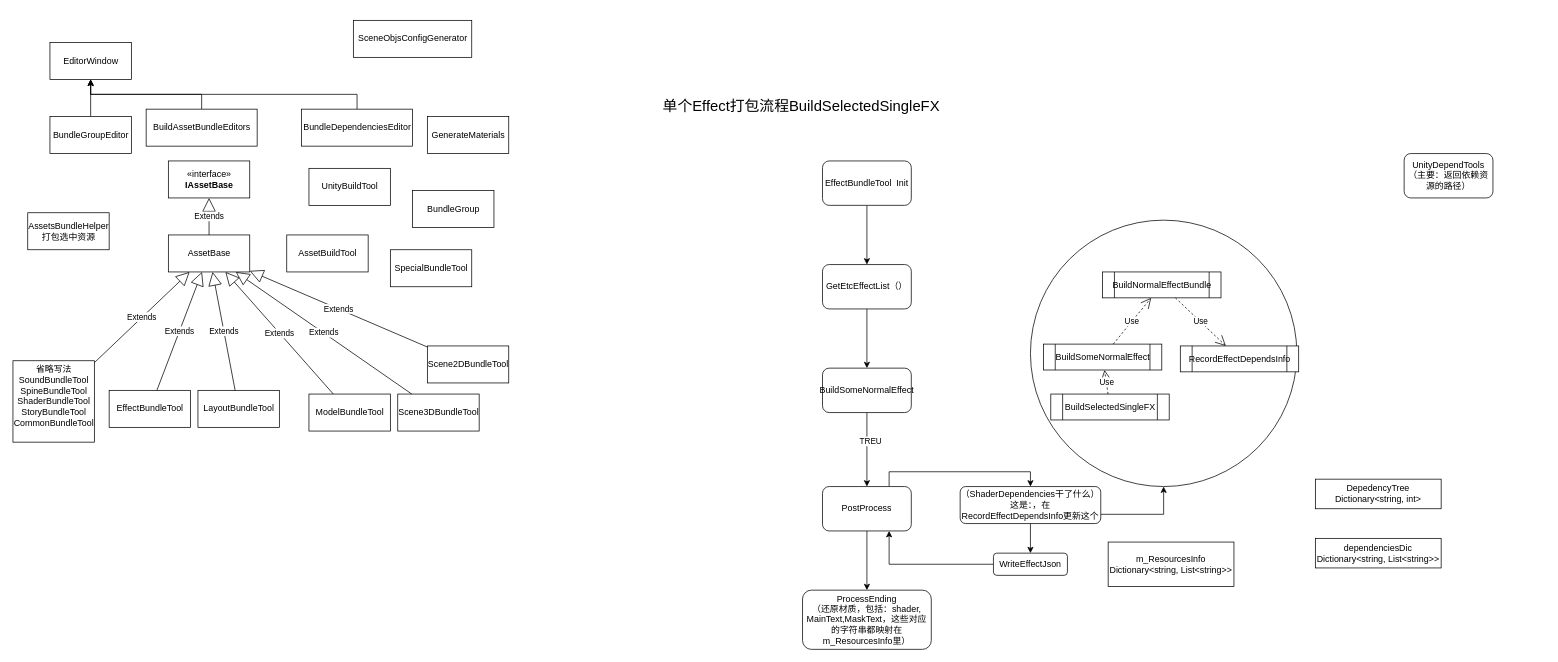
gatzai/DrawioStorage keeps this draw.io diagram as PackingModel.drawio. Above is the earlier version. Source tidied: cells renumbered, new cells numbered last; positions are measured from the earlier drawing's top-left corner, leaving out a move shared by most shapes. Both pictures are drawn from the tidied source at 74%, with x=0, y=0 at pixel (13, 20).
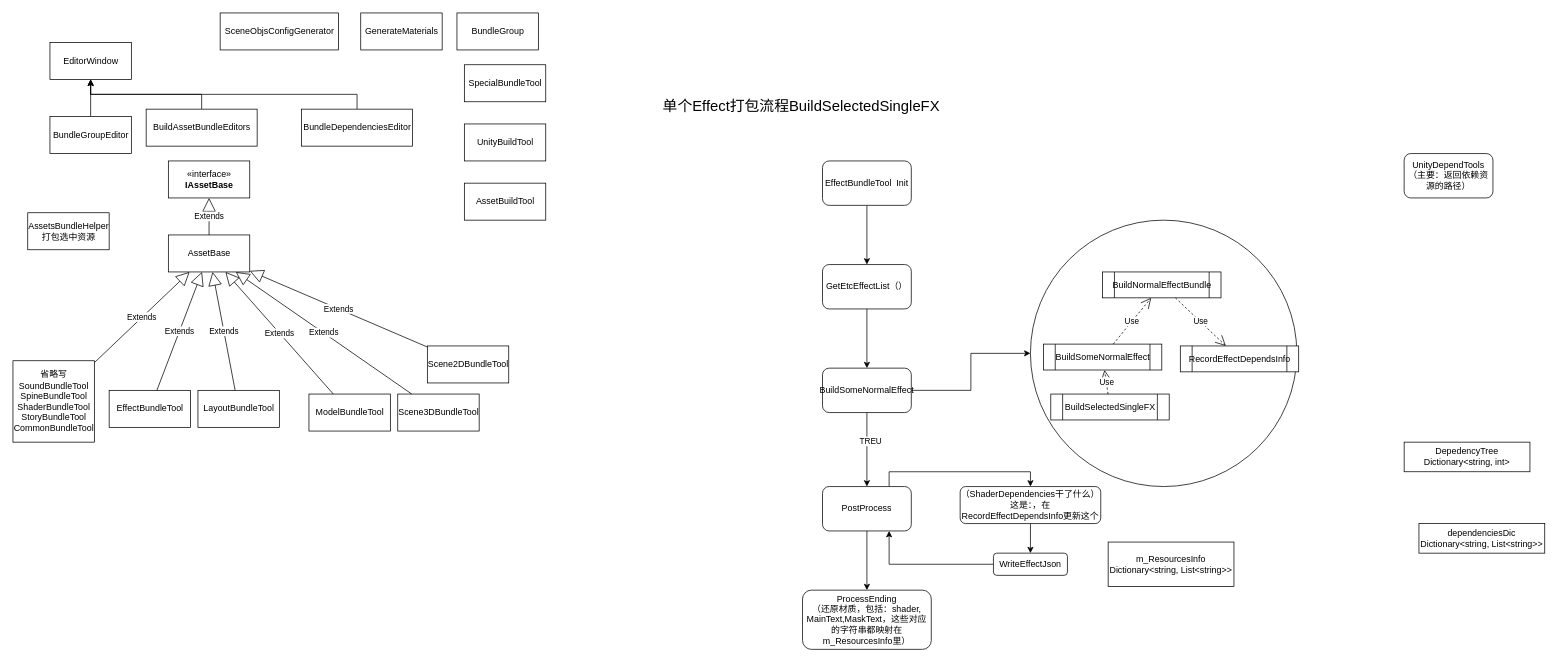
The same page after the edit.

Unchanged cells that the change refers to:
```xml
<mxCell id="2" style="ellipse;whiteSpace=wrap;html=1;" parent="1" vertex="1">
  <mxGeometry x="1375" y="270" width="360" height="360" as="geometry" />
</mxCell>
<mxCell id="9" value="BuildSomeNormalEffect" style="rounded=1;whiteSpace=wrap;html=1;" parent="1" vertex="1">
  <mxGeometry x="1094" y="470" width="120" height="60" as="geometry" />
</mxCell>
<mxCell id="20" value="&lt;span style=&quot;font-family: &amp;#34;helvetica&amp;#34;&quot;&gt;（ShaderDependencies干了什么）这是：，在&lt;/span&gt;&lt;font face=&quot;helvetica&quot;&gt;RecordEffectDependsInfo更新这个&lt;/font&gt;" style="rounded=1;whiteSpace=wrap;html=1;" parent="1" vertex="1">
  <mxGeometry x="1280" y="630" width="190" height="50" as="geometry" />
</mxCell>
```

Diff of the diagram source:
```diff
@@
-    <mxCell id="19" style="edgeStyle=orthogonalEdgeStyle;rounded=0;jettySize=auto;html=1;exitX=1;exitY=0.75;exitDx=0;exitDy=0;" parent="1" edge="1" source="20" target="2">
+    <mxCell id="19" style="edgeStyle=orthogonalEdgeStyle;rounded=0;jettySize=auto;html=1;" parent="1" edge="1" source="9" target="2">
       <mxGeometry relative="1" as="geometry" />
     </mxCell>
@@
     <mxCell id="24" value="AssetBuildTool" style="html=1;" parent="1" vertex="1">
-      <mxGeometry x="370" y="290" width="110" height="50" as="geometry" />
+      <mxGeometry x="610" y="220" width="110" height="50" as="geometry" />
     </mxCell>
@@
-    <mxCell id="36" value="省略写法&lt;br&gt;SoundBundleTool&lt;br&gt;SpineBundleTool&lt;br&gt;ShaderBundleTool&lt;br&gt;StoryBundleTool&lt;br&gt;CommonBundleTool&lt;br&gt;&lt;br&gt;" style="html=1;" parent="1" vertex="1">
+    <mxCell id="36" value="省略写&lt;br&gt;SoundBundleTool&lt;br&gt;SpineBundleTool&lt;br&gt;ShaderBundleTool&lt;br&gt;StoryBundleTool&lt;br&gt;CommonBundleTool&lt;br&gt;" style="html=1;" parent="1" vertex="1">
       <mxGeometry y="460" width="110" height="110" as="geometry" />
     </mxCell>
@@
     <mxCell id="39" value="BundleGroup" style="html=1;" parent="1" vertex="1">
-      <mxGeometry x="540" y="230" width="110" height="50" as="geometry" />
+      <mxGeometry x="600" y="-10" width="110" height="50" as="geometry" />
     </mxCell>
@@
     <mxCell id="46" value="&lt;span style=&quot;text-align: left&quot;&gt;GenerateMaterials&lt;/span&gt;" style="html=1;" parent="1" vertex="1">
-      <mxGeometry x="560" y="130" width="110" height="50" as="geometry" />
+      <mxGeometry x="470" y="-10" width="110" height="50" as="geometry" />
     </mxCell>
     <mxCell id="47" value="&lt;span style=&quot;text-align: left&quot;&gt;SceneObjsConfigGenerator&lt;/span&gt;" style="html=1;" parent="1" vertex="1">
-      <mxGeometry x="460" width="160" height="50" as="geometry" />
+      <mxGeometry x="280" y="-10" width="160" height="50" as="geometry" />
     </mxCell>
     <mxCell id="48" value="&lt;span style=&quot;text-align: left&quot;&gt;SpecialBundleTool&lt;/span&gt;" style="html=1;" parent="1" vertex="1">
-      <mxGeometry x="510" y="310" width="110" height="50" as="geometry" />
+      <mxGeometry x="610" y="60" width="110" height="50" as="geometry" />
     </mxCell>
     <mxCell id="49" value="UnityBuildTool" style="html=1;" parent="1" vertex="1">
-      <mxGeometry x="400" y="200" width="110" height="50" as="geometry" />
+      <mxGeometry x="610" y="140" width="110" height="50" as="geometry" />
     </mxCell>
@@
     <mxCell id="57" value="DepedencyTree&lt;br&gt;Dictionary&amp;lt;string, int&amp;gt;" style="rounded=0;whiteSpace=wrap;html=1;" parent="1" vertex="1">
-      <mxGeometry x="1760" y="620" width="170" height="40" as="geometry" />
+      <mxGeometry x="1880" y="570" width="170" height="40" as="geometry" />
     </mxCell>
     <mxCell id="58" value="dependenciesDic&lt;br&gt;Dictionary&amp;lt;string, List&amp;lt;string&amp;gt;&amp;gt;" style="rounded=0;whiteSpace=wrap;html=1;" parent="1" vertex="1">
-      <mxGeometry x="1760" y="700" width="170" height="40" as="geometry" />
+      <mxGeometry x="1900" y="680" width="170" height="40" as="geometry" />
     </mxCell>
```
